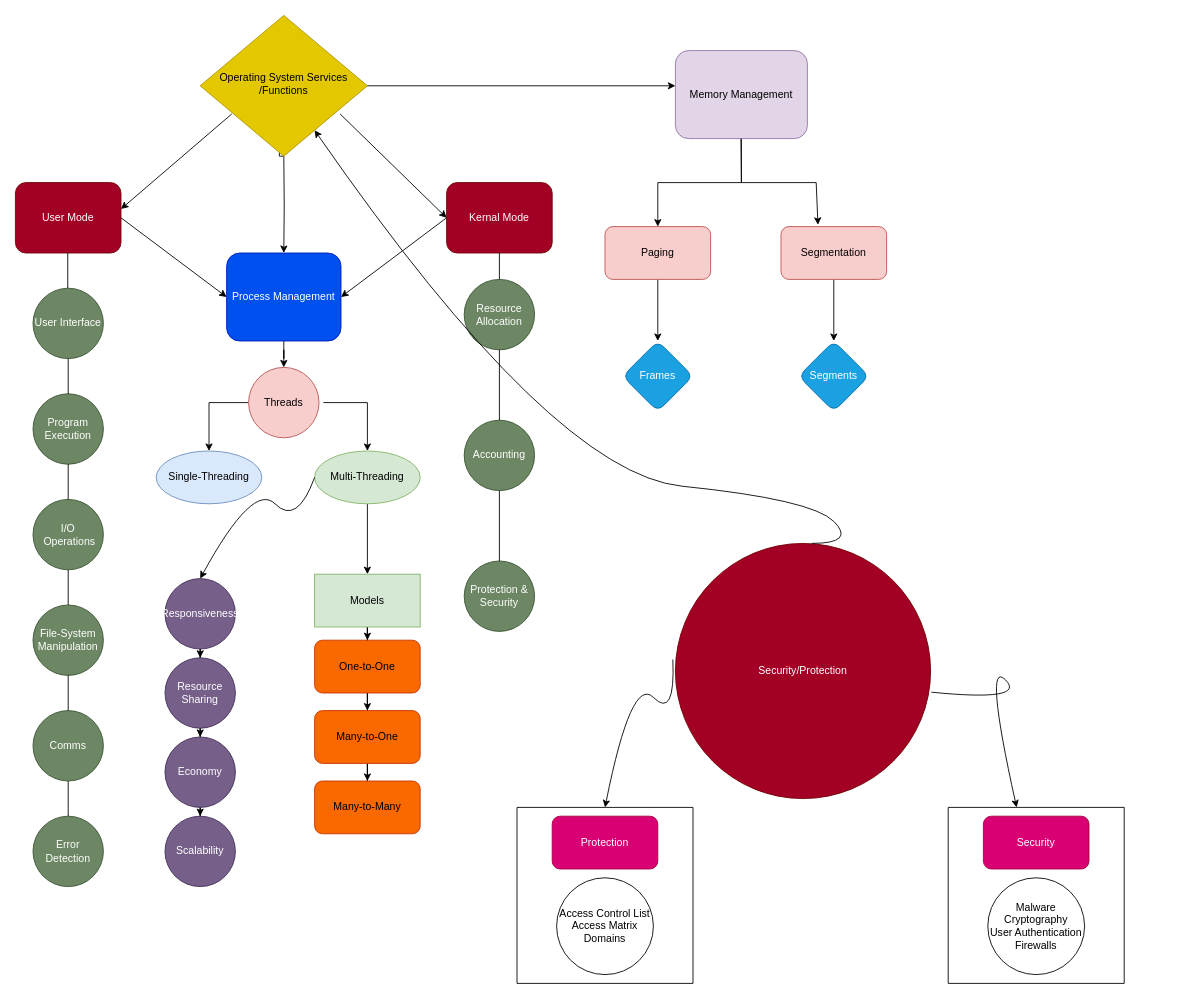
Before: Untitled Diagram.drawio in GroovyDrew93/crypto, a draw.io diagram. Source tidied: cells renumbered, new cells numbered last; positions are measured from the earlier drawing's top-left corner, leaving out a move shared by most shapes. Both pictures are drawn from the tidied source at 88%, with x=0, y=0 at pixel (15, 15).
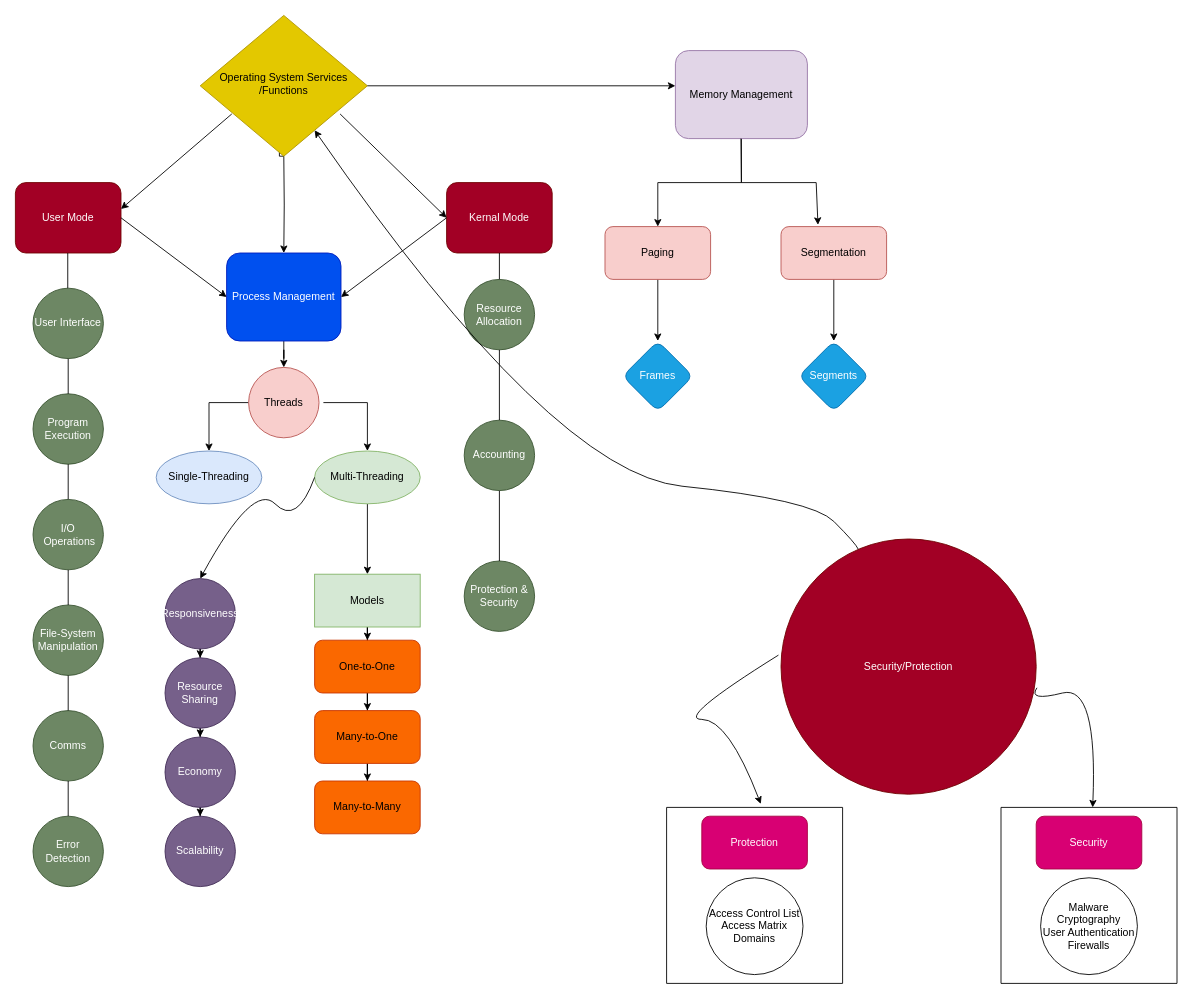
Above is the later version.

Unchanged cells that the change refers to:
```xml
<mxCell id="5" value="Operating System Services&lt;br&gt;/Functions" style="rhombus;whiteSpace=wrap;html=1;shadow=0;fontFamily=Helvetica;fontSize=12;align=center;strokeWidth=1;spacing=6;spacingTop=-4;fillColor=#e3c800;fontColor=#000000;strokeColor=#B09500;" parent="1" vertex="1">
  <mxGeometry x="210" width="190" height="160" as="geometry" />
</mxCell>
```

The edit, as a diff of the source:
```diff
@@
     <mxCell id="62" value="Security/Protection" style="ellipse;whiteSpace=wrap;html=1;fillColor=#a20025;strokeColor=#6F0000;fontColor=#ffffff;" parent="1" vertex="1">
-      <mxGeometry x="750" y="600" width="290" height="290" as="geometry" />
+      <mxGeometry x="870" y="595" width="290" height="290" as="geometry" />
     </mxCell>
-    <mxCell id="63" style="curved=1;endArrow=classic;html=1;rounded=0;" parent="1" edge="1" target="5">
+    <mxCell id="63" style="curved=1;endArrow=classic;html=1;rounded=0;" parent="1" edge="1" source="62" target="5">
       <mxGeometry relative="1" as="geometry">
-        <mxPoint x="905" y="600" as="sourcePoint" />
         <Array as="points">
           <mxPoint x="955" y="600" />
           <mxPoint x="905" y="550" />
           <mxPoint x="610" y="520" />
         </Array>
       </mxGeometry>
     </mxCell>
-    <mxCell id="64" style="curved=1;endArrow=classic;html=1;rounded=0;exitX=-0.01;exitY=0.455;exitDx=0;exitDy=0;exitPerimeter=0;" parent="1" edge="1" source="62">
+    <mxCell id="64" style="curved=1;endArrow=classic;html=1;rounded=0;exitX=-0.01;exitY=0.455;exitDx=0;exitDy=0;exitPerimeter=0;entryX=0.535;entryY=-0.02;entryDx=0;entryDy=0;entryPerimeter=0;" parent="1" edge="1" source="62" target="69">
       <mxGeometry relative="1" as="geometry">
-        <mxPoint x="670" y="900" as="targetPoint" />
         <Array as="points">
           <mxPoint x="750" y="800" />
-          <mxPoint x="700" y="750" />
+          <mxPoint x="810" y="800" />
         </Array>
       </mxGeometry>
     </mxCell>
     <mxCell id="65" style="curved=1;endArrow=classic;html=1;rounded=0;exitX=1.003;exitY=0.583;exitDx=0;exitDy=0;exitPerimeter=0;" parent="1" edge="1" source="62" target="66">
       <mxGeometry relative="1" as="geometry">
         <Array as="points">
           <mxPoint x="1150" y="780" />
-          <mxPoint x="1100" y="730" />
+          <mxPoint x="1230" y="760" />
         </Array>
       </mxGeometry>
     </mxCell>
     <mxCell id="66" style="swimlane;startSize=0;" parent="1" vertex="1">
-      <mxGeometry x="1060" y="900" width="200" height="200" as="geometry" />
+      <mxGeometry x="1120" y="900" width="200" height="200" as="geometry" />
     </mxCell>
@@
     <mxCell id="69" style="swimlane;startSize=0;" parent="1" vertex="1">
-      <mxGeometry x="570" y="900" width="200" height="200" as="geometry" />
+      <mxGeometry x="740" y="900" width="200" height="200" as="geometry" />
     </mxCell>
```
